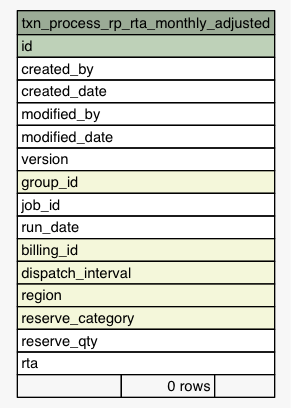
Above: Data/settlement/diagrams/summary/txn_process_rp_rta_monthly_adjusted.1degree.png in eyana-m/python-data-dictionary-writer (Graphviz), before the change. Its source is kept beside it as Data/settlement/diagrams/summary/txn_process_rp_rta_monthly_adjusted.1degree.dot.
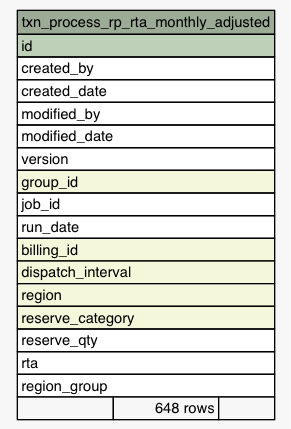
After the change.

What changed in the source:
```diff
@@ -34,7 +34,8 @@
       <TR><TD PORT="reserve_category" COLSPAN="3" BGCOLOR="#f4f7da" ALIGN="LEFT">reserve_category</TD></TR>
       <TR><TD PORT="reserve_qty" COLSPAN="3" ALIGN="LEFT">reserve_qty</TD></TR>
       <TR><TD PORT="rta" COLSPAN="3" ALIGN="LEFT">rta</TD></TR>
-      <TR><TD ALIGN="LEFT" BGCOLOR="#f7f7f7">  </TD><TD ALIGN="RIGHT" BGCOLOR="#f7f7f7">0 rows</TD><TD ALIGN="RIGHT" BGCOLOR="#f7f7f7">  </TD></TR>
+      <TR><TD PORT="region_group" COLSPAN="3" ALIGN="LEFT">region_group</TD></TR>
+      <TR><TD ALIGN="LEFT" BGCOLOR="#f7f7f7">  </TD><TD ALIGN="RIGHT" BGCOLOR="#f7f7f7">648 rows</TD><TD ALIGN="RIGHT" BGCOLOR="#f7f7f7">  </TD></TR>
     </TABLE>>
     URL="tables/txn_process_rp_rta_monthly_adjusted.html"
     tooltip="txn_process_rp_rta_monthly_adjusted"
```
